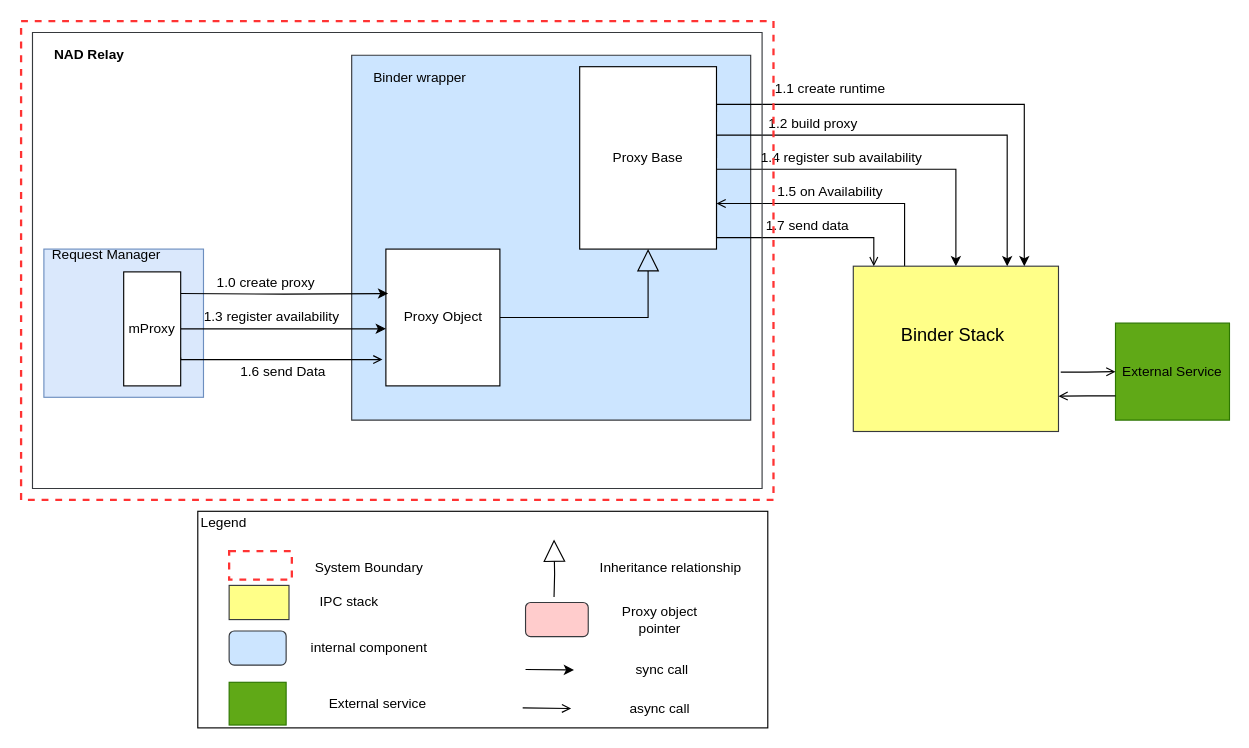
taikt/codefun keeps this draw.io diagram as page "HL_RemoteStubmonitor_sip" (4 of 5) of doc/SA cert/Design/modifiability.drawio. Above is the earlier version. Source tidied: cells renumbered, new cells numbered last; positions are measured from the earlier drawing's top-left corner, leaving out a move shared by most shapes. Both pictures are drawn from the tidied source at 114%, with x=0, y=0 at pixel (21, 21).
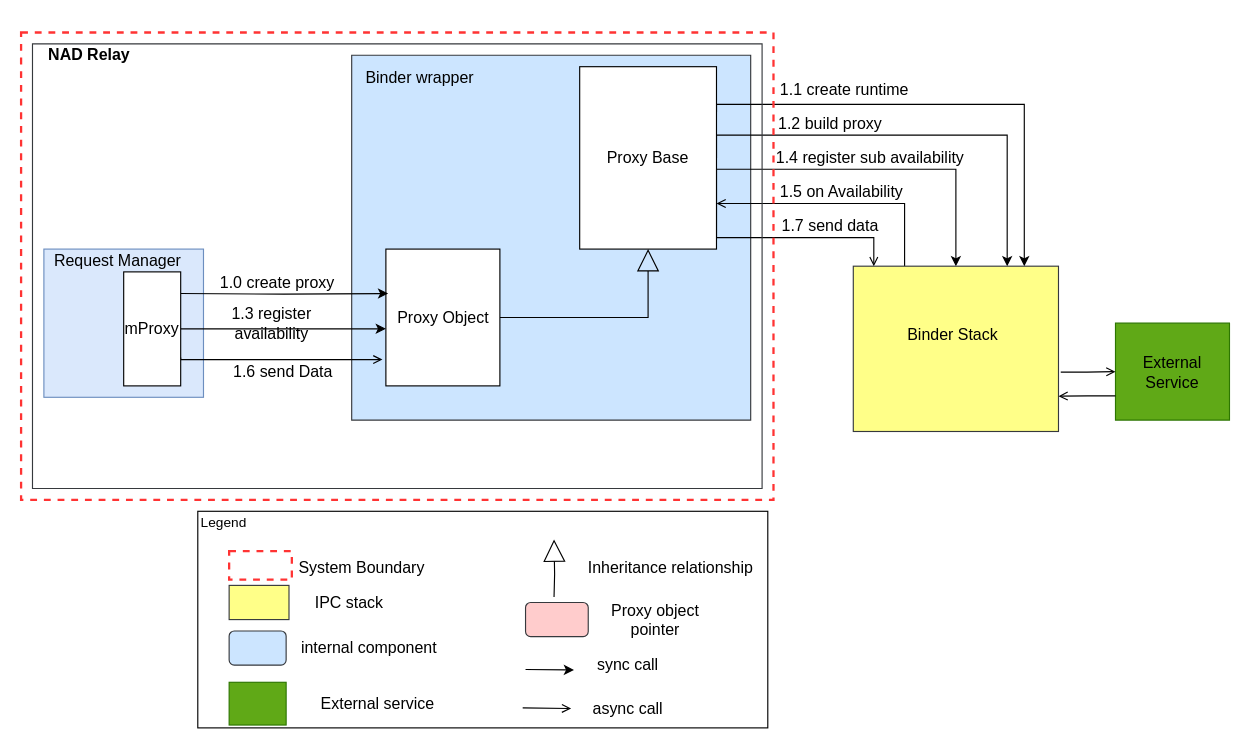
Above is the later version.

Diff of the diagram source:
```diff
@@
-    <mxCell id="3" value="Binder wrapper" style="text;html=1;strokeColor=none;fillColor=none;align=center;verticalAlign=middle;whiteSpace=wrap;rounded=0;" parent="1" vertex="1">
+    <mxCell id="3" value="&lt;font style=&quot;font-size: 14px;&quot;&gt;Binder wrapper&lt;/font&gt;" style="text;html=1;strokeColor=none;fillColor=none;align=center;verticalAlign=middle;whiteSpace=wrap;rounded=0;" parent="1" vertex="1">
       <mxGeometry x="300" y="40" width="100" height="20" as="geometry" />
     </mxCell>
@@
-    <mxCell id="8" value="Proxy Base" style="rounded=0;whiteSpace=wrap;html=1;" parent="1" vertex="1">
+    <mxCell id="8" value="&lt;font style=&quot;font-size: 14px;&quot;&gt;Proxy Base&lt;/font&gt;" style="rounded=0;whiteSpace=wrap;html=1;" parent="1" vertex="1">
       <mxGeometry x="490" y="40" width="120" height="160" as="geometry" />
     </mxCell>
@@
-    <mxCell id="12" value="Proxy Object" style="html=1;" parent="1" vertex="1">
+    <mxCell id="12" value="&lt;font style=&quot;font-size: 14px;&quot;&gt;Proxy Object&lt;/font&gt;" style="html=1;" parent="1" vertex="1">
       <mxGeometry x="320" y="200" width="100" height="120" as="geometry" />
     </mxCell>
     <mxCell id="13" style="shape=folder;fontStyle=1;tabWidth=250;tabHeight=0;tabPosition=left;html=1;boundedLbl=1;strokeColor=#36393d;fillColor=none;" parent="1" vertex="1">
-      <mxGeometry x="10" y="10" width="640" height="400" as="geometry" />
+      <mxGeometry x="10" y="20" width="640" height="390" as="geometry" />
     </mxCell>
-    <mxCell id="14" value="&lt;font style=&quot;font-size: 16px&quot;&gt;Binder Stack&lt;/font&gt;" style="text;html=1;strokeColor=none;fillColor=none;align=center;verticalAlign=middle;whiteSpace=wrap;rounded=0;" parent="1" vertex="1">
+    <mxCell id="14" value="&lt;font style=&quot;font-size: 14px;&quot;&gt;Binder Stack&lt;/font&gt;" style="text;html=1;strokeColor=none;fillColor=none;align=center;verticalAlign=middle;whiteSpace=wrap;rounded=0;" parent="1" vertex="1">
       <mxGeometry x="765" y="270" width="105" height="10" as="geometry" />
     </mxCell>
@@
-    <mxCell id="16" value="External Service" style="text;html=1;strokeColor=none;fillColor=none;align=center;verticalAlign=middle;whiteSpace=wrap;rounded=0;" parent="1" vertex="1">
+    <mxCell id="16" value="&lt;font style=&quot;font-size: 14px;&quot;&gt;External Service&lt;/font&gt;" style="text;html=1;strokeColor=none;fillColor=none;align=center;verticalAlign=middle;whiteSpace=wrap;rounded=0;" parent="1" vertex="1">
       <mxGeometry x="965" y="297.5" width="90" height="20" as="geometry" />
     </mxCell>
-    <mxCell id="17" value="1.1 create runtime" style="text;html=1;strokeColor=none;fillColor=none;align=center;verticalAlign=middle;whiteSpace=wrap;rounded=0;" parent="1" vertex="1">
-      <mxGeometry x="655" y="50" width="110" height="20" as="geometry" />
+    <mxCell id="17" value="&lt;font style=&quot;font-size: 14px;&quot;&gt;1.1 create runtime&lt;/font&gt;" style="text;html=1;strokeColor=none;fillColor=none;align=center;verticalAlign=middle;whiteSpace=wrap;rounded=0;" parent="1" vertex="1">
+      <mxGeometry x="655" y="50" width="135" height="20" as="geometry" />
     </mxCell>
-    <mxCell id="18" value="1.4 register sub availability" style="text;html=1;strokeColor=none;fillColor=none;align=center;verticalAlign=middle;whiteSpace=wrap;rounded=0;" parent="1" vertex="1">
-      <mxGeometry x="640" y="110" width="160" height="20" as="geometry" />
+    <mxCell id="18" value="&lt;font style=&quot;font-size: 14px;&quot;&gt;1.4 register sub availability&lt;/font&gt;" style="text;html=1;strokeColor=none;fillColor=none;align=center;verticalAlign=middle;whiteSpace=wrap;rounded=0;" parent="1" vertex="1">
+      <mxGeometry x="660" y="110" width="170" height="20" as="geometry" />
     </mxCell>
-    <mxCell id="19" value="1.0 create proxy" style="text;html=1;strokeColor=none;fillColor=none;align=center;verticalAlign=middle;whiteSpace=wrap;rounded=0;" parent="1" vertex="1">
-      <mxGeometry x="170" y="220" width="90" height="20" as="geometry" />
+    <mxCell id="19" value="&lt;font style=&quot;font-size: 14px;&quot;&gt;1.0 create proxy&lt;/font&gt;" style="text;html=1;strokeColor=none;fillColor=none;align=center;verticalAlign=middle;whiteSpace=wrap;rounded=0;" parent="1" vertex="1">
+      <mxGeometry x="170" y="220" width="110" height="20" as="geometry" />
     </mxCell>
-    <mxCell id="20" value="1.3 register availability" style="text;html=1;strokeColor=none;fillColor=none;align=center;verticalAlign=middle;whiteSpace=wrap;rounded=0;" parent="1" vertex="1">
-      <mxGeometry x="150" y="250" width="140" height="20" as="geometry" />
+    <mxCell id="20" value="&lt;font style=&quot;font-size: 14px;&quot;&gt;1.3 register availability&lt;/font&gt;" style="text;html=1;strokeColor=none;fillColor=none;align=center;verticalAlign=middle;whiteSpace=wrap;rounded=0;" parent="1" vertex="1">
+      <mxGeometry x="155" y="255" width="130" height="20" as="geometry" />
     </mxCell>
-    <mxCell id="21" value="1.6 send Data" style="text;html=1;strokeColor=none;fillColor=none;align=center;verticalAlign=middle;whiteSpace=wrap;rounded=0;" parent="1" vertex="1">
+    <mxCell id="21" value="&lt;font style=&quot;font-size: 14px;&quot;&gt;1.6 send Data&lt;/font&gt;" style="text;html=1;strokeColor=none;fillColor=none;align=center;verticalAlign=middle;whiteSpace=wrap;rounded=0;" parent="1" vertex="1">
       <mxGeometry x="185" y="297.5" width="90" height="20" as="geometry" />
     </mxCell>
-    <mxCell id="22" value="1.2 build proxy" style="text;html=1;strokeColor=none;fillColor=none;align=center;verticalAlign=middle;whiteSpace=wrap;rounded=0;" parent="1" vertex="1">
-      <mxGeometry x="640" y="80" width="110" height="20" as="geometry" />
+    <mxCell id="22" value="&lt;font style=&quot;font-size: 14px;&quot;&gt;1.2 build proxy&lt;/font&gt;" style="text;html=1;strokeColor=none;fillColor=none;align=center;verticalAlign=middle;whiteSpace=wrap;rounded=0;" parent="1" vertex="1">
+      <mxGeometry x="655" y="80" width="110" height="20" as="geometry" />
     </mxCell>
-    <mxCell id="23" value="1.5 on Availability" style="text;html=1;strokeColor=none;fillColor=none;align=center;verticalAlign=middle;whiteSpace=wrap;rounded=0;" parent="1" vertex="1">
-      <mxGeometry x="630" y="140" width="160" height="20" as="geometry" />
+    <mxCell id="23" value="&lt;font style=&quot;font-size: 14px;&quot;&gt;1.5 on Availability&lt;/font&gt;" style="text;html=1;strokeColor=none;fillColor=none;align=center;verticalAlign=middle;whiteSpace=wrap;rounded=0;" parent="1" vertex="1">
+      <mxGeometry x="640" y="140" width="160" height="20" as="geometry" />
     </mxCell>
-    <mxCell id="24" value="1.7 send data" style="text;html=1;strokeColor=none;fillColor=none;align=center;verticalAlign=middle;whiteSpace=wrap;rounded=0;" parent="1" vertex="1">
-      <mxGeometry x="610" y="170" width="160" height="20" as="geometry" />
+    <mxCell id="24" value="&lt;font style=&quot;font-size: 14px;&quot;&gt;1.7 send data&lt;/font&gt;" style="text;html=1;strokeColor=none;fillColor=none;align=center;verticalAlign=middle;whiteSpace=wrap;rounded=0;" parent="1" vertex="1">
+      <mxGeometry x="630" y="170" width="160" height="20" as="geometry" />
     </mxCell>
     <mxCell id="25" style="rounded=0;whiteSpace=wrap;html=1;fillColor=none;gradientColor=#ffffff;dashed=1;strokeWidth=2;strokeColor=#FF3333;" parent="1" vertex="1">
-      <mxGeometry width="660" height="420" as="geometry" />
+      <mxGeometry y="10" width="660" height="410" as="geometry" />
     </mxCell>
-    <mxCell id="26" value="&lt;b&gt;NAD Relay&lt;/b&gt;" style="text;html=1;strokeColor=none;fillColor=none;align=center;verticalAlign=middle;whiteSpace=wrap;rounded=0;" parent="1" vertex="1">
+    <mxCell id="26" value="&lt;b&gt;&lt;font style=&quot;font-size: 14px;&quot;&gt;NAD Relay&lt;/font&gt;&lt;/b&gt;" style="text;html=1;strokeColor=none;fillColor=none;align=center;verticalAlign=middle;whiteSpace=wrap;rounded=0;" parent="1" vertex="1">
       <mxGeometry x="10" y="20" width="100" height="20" as="geometry" />
     </mxCell>
@@
-    <mxCell id="28" value="Request Manager" style="text;html=1;strokeColor=none;fillColor=none;align=center;verticalAlign=middle;whiteSpace=wrap;rounded=0;" parent="1" vertex="1">
-      <mxGeometry x="20" y="190" width="110" height="30" as="geometry" />
+    <mxCell id="28" value="&lt;font style=&quot;font-size: 14px;&quot;&gt;Request Manager&lt;/font&gt;" style="text;html=1;strokeColor=none;fillColor=none;align=center;verticalAlign=middle;whiteSpace=wrap;rounded=0;" parent="1" vertex="1">
+      <mxGeometry x="15" y="195" width="140" height="30" as="geometry" />
     </mxCell>
@@
-    <mxCell id="34" value="Inheritance relationship" style="text;html=1;strokeColor=none;fillColor=none;align=center;verticalAlign=middle;whiteSpace=wrap;rounded=0;" parent="1" vertex="1">
+    <mxCell id="34" value="&lt;font style=&quot;font-size: 14px;&quot;&gt;Inheritance relationship&lt;/font&gt;" style="text;html=1;strokeColor=none;fillColor=none;align=center;verticalAlign=middle;whiteSpace=wrap;rounded=0;" parent="1" vertex="1">
       <mxGeometry x="495" y="465" width="150" height="30" as="geometry" />
     </mxCell>
-    <mxCell id="35" value="System Boundary" style="text;html=1;strokeColor=none;fillColor=none;align=center;verticalAlign=middle;whiteSpace=wrap;rounded=0;" parent="1" vertex="1">
-      <mxGeometry x="252.5" y="465" width="105" height="30" as="geometry" />
+    <mxCell id="35" value="&lt;font style=&quot;font-size: 14px;&quot;&gt;System Boundary&lt;/font&gt;" style="text;html=1;strokeColor=none;fillColor=none;align=center;verticalAlign=middle;whiteSpace=wrap;rounded=0;" parent="1" vertex="1">
+      <mxGeometry x="240" y="465" width="117.5" height="30" as="geometry" />
     </mxCell>
-    <mxCell id="36" value="sync call" style="text;html=1;strokeColor=none;fillColor=none;align=center;verticalAlign=middle;whiteSpace=wrap;rounded=0;" parent="1" vertex="1">
-      <mxGeometry x="510" y="553.8" width="105" height="30" as="geometry" />
+    <mxCell id="36" value="&lt;font style=&quot;font-size: 14px;&quot;&gt;sync call&lt;/font&gt;" style="text;html=1;strokeColor=none;fillColor=none;align=center;verticalAlign=middle;whiteSpace=wrap;rounded=0;" parent="1" vertex="1">
+      <mxGeometry x="480" y="550" width="105" height="30" as="geometry" />
     </mxCell>
@@
-    <mxCell id="38" value="internal component" style="text;html=1;strokeColor=none;fillColor=none;align=center;verticalAlign=middle;whiteSpace=wrap;rounded=0;" parent="1" vertex="1">
+    <mxCell id="38" value="&lt;font style=&quot;font-size: 14px;&quot;&gt;internal component&lt;/font&gt;" style="text;html=1;strokeColor=none;fillColor=none;align=center;verticalAlign=middle;whiteSpace=wrap;rounded=0;" parent="1" vertex="1">
       <mxGeometry x="222.5" y="535" width="165" height="30" as="geometry" />
     </mxCell>
@@
-    <mxCell id="40" value="External service" style="text;html=1;strokeColor=none;fillColor=none;align=center;verticalAlign=middle;whiteSpace=wrap;rounded=0;" parent="1" vertex="1">
+    <mxCell id="40" value="&lt;font style=&quot;font-size: 14px;&quot;&gt;External service&lt;/font&gt;" style="text;html=1;strokeColor=none;fillColor=none;align=center;verticalAlign=middle;whiteSpace=wrap;rounded=0;" parent="1" vertex="1">
       <mxGeometry x="237.5" y="583.8" width="150" height="30" as="geometry" />
     </mxCell>
@@
-    <mxCell id="42" value="IPC stack" style="text;html=1;strokeColor=none;fillColor=none;align=center;verticalAlign=middle;whiteSpace=wrap;rounded=0;" parent="1" vertex="1">
+    <mxCell id="42" value="&lt;font style=&quot;font-size: 14px;&quot;&gt;IPC stack&lt;/font&gt;" style="text;html=1;strokeColor=none;fillColor=none;align=center;verticalAlign=middle;whiteSpace=wrap;rounded=0;" parent="1" vertex="1">
       <mxGeometry x="212.5" y="495" width="150" height="30" as="geometry" />
     </mxCell>
@@
-    <mxCell id="44" value="Proxy object pointer" style="text;html=1;strokeColor=none;fillColor=none;align=center;verticalAlign=middle;whiteSpace=wrap;rounded=0;" parent="1" vertex="1">
-      <mxGeometry x="507.5" y="510" width="105" height="30" as="geometry" />
+    <mxCell id="44" value="&lt;font style=&quot;font-size: 14px;&quot;&gt;Proxy object pointer&lt;/font&gt;" style="text;html=1;strokeColor=none;fillColor=none;align=center;verticalAlign=middle;whiteSpace=wrap;rounded=0;" parent="1" vertex="1">
+      <mxGeometry x="500" y="510" width="112.5" height="30" as="geometry" />
     </mxCell>
@@
-    <mxCell id="50" value="mProxy" style="rounded=0;whiteSpace=wrap;html=1;" parent="1" vertex="1">
+    <mxCell id="50" value="&lt;font style=&quot;font-size: 14px;&quot;&gt;mProxy&lt;/font&gt;" style="rounded=0;whiteSpace=wrap;html=1;" parent="1" vertex="1">
       <mxGeometry x="90" y="220" width="50" height="100" as="geometry" />
     </mxCell>
@@
-    <mxCell id="52" value="async call" style="text;html=1;strokeColor=none;fillColor=none;align=center;verticalAlign=middle;whiteSpace=wrap;rounded=0;" parent="1" vertex="1">
-      <mxGeometry x="507.5" y="587.5" width="105" height="30" as="geometry" />
+    <mxCell id="52" value="&lt;font style=&quot;font-size: 14px;&quot;&gt;async call&lt;/font&gt;" style="text;html=1;strokeColor=none;fillColor=none;align=center;verticalAlign=middle;whiteSpace=wrap;rounded=0;" parent="1" vertex="1">
+      <mxGeometry x="480" y="587.5" width="105" height="30" as="geometry" />
     </mxCell>
```
